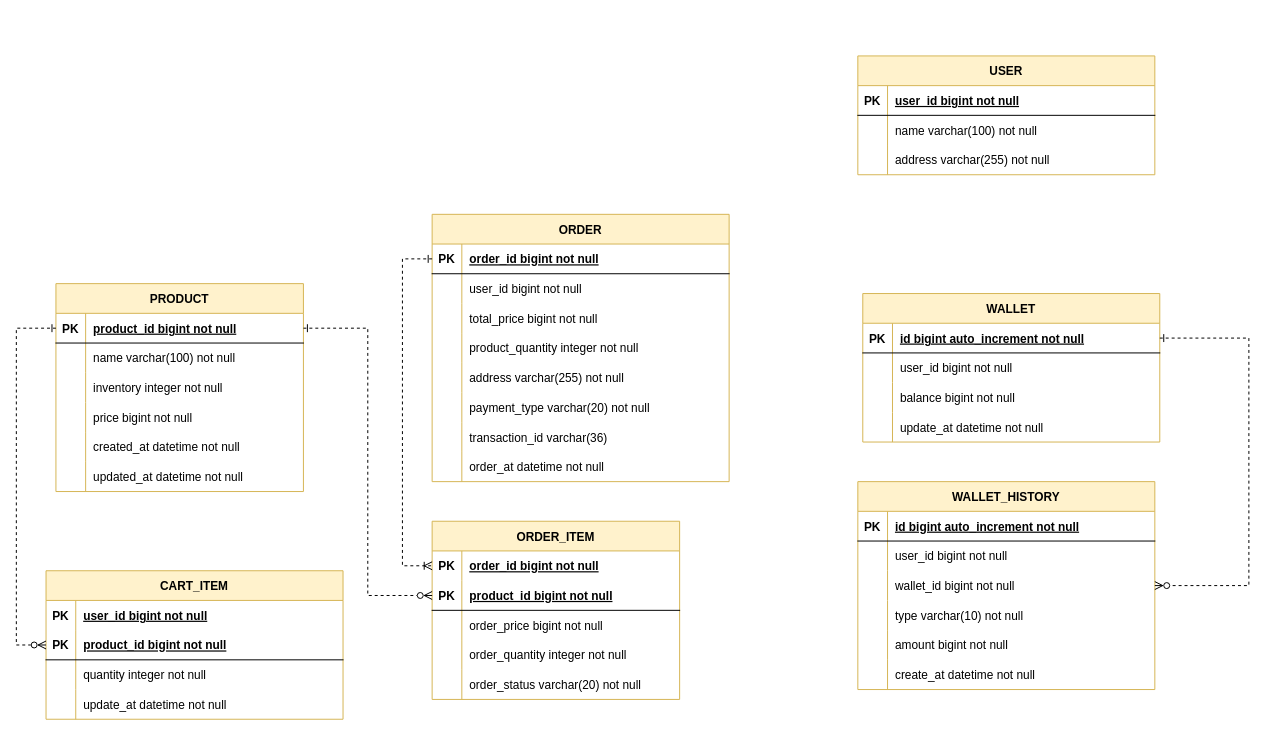
The draw.io diagram ecommerce.drawio in keepbang/hanghae-ecommerce, before the edit. Source tidied: cells renumbered, new cells numbered last; positions are measured from the earlier drawing's top-left corner, leaving out a move shared by most shapes. Both pictures are drawn from the tidied source at 99%, with x=0, y=0 at pixel (16, 55).
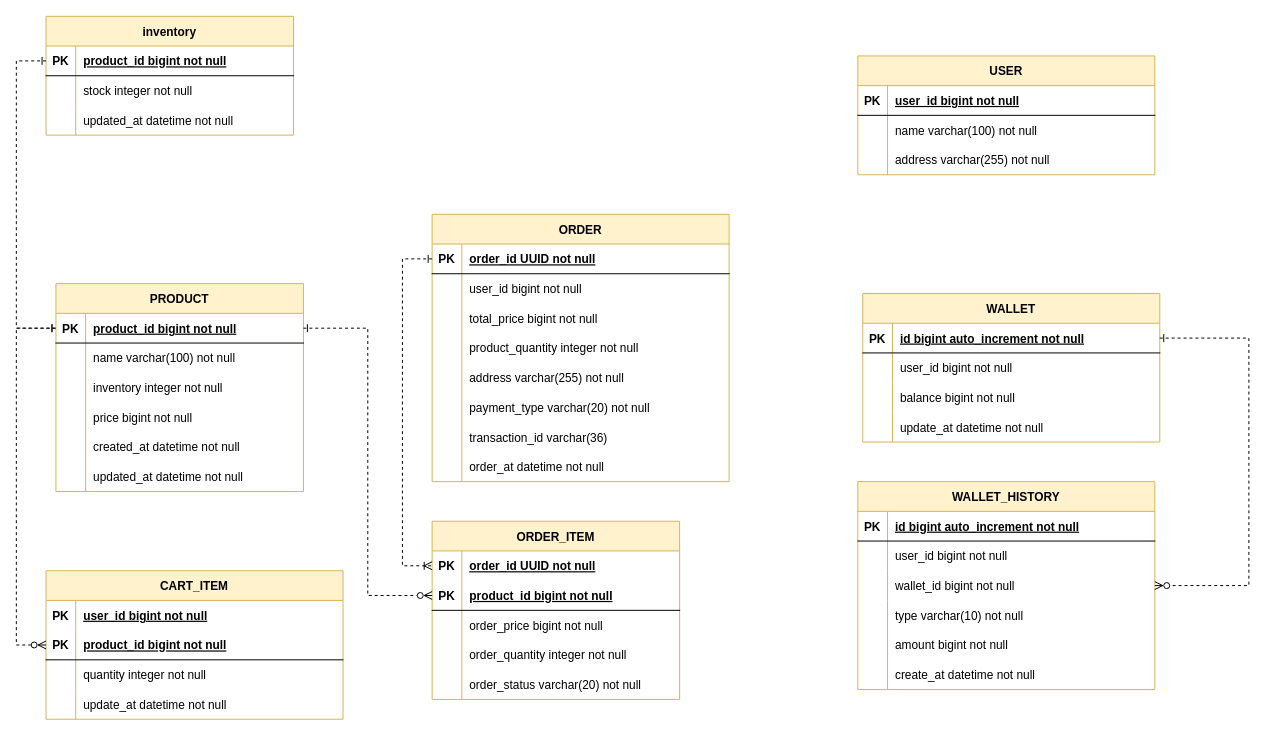
The same diagram, later.

Unchanged cells that the change refers to:
```xml
<mxCell id="3" style="shape=partialRectangle;fillColor=none;points=[[0,0.5],[1,0.5]];portConstraint=eastwest;top=0;left=0;right=0;bottom=1;" parent="2" vertex="1">
  <mxGeometry y="30" width="250" height="30" as="geometry" />
</mxCell>
<mxCell id="22" style="shape=partialRectangle;fillColor=none;points=[[0,0.5],[1,0.5]];portConstraint=eastwest;top=0;left=0;right=0;bottom=1;" parent="21" vertex="1">
  <mxGeometry y="30" width="300" height="30" as="geometry" />
</mxCell>
<mxCell id="47" style="shape=tableRow;horizontal=0;startSize=0;swimlaneHead=0;swimlaneBody=0;fillColor=none;points=[[0,0.5],[1,0.5]];portConstraint=eastwest;top=0;left=0;right=0;bottom=0;" parent="46" vertex="1">
  <mxGeometry y="30" width="250" height="30" as="geometry" />
</mxCell>
```

What changed in the source:
```diff
@@
-    <mxCell id="24" value="order_id bigint not null" style="shape=partialRectangle;overflow=hidden;fillColor=none;top=0;left=0;bottom=0;right=0;align=left;spacingLeft=6;fontStyle=5;" parent="22" vertex="1">
+    <mxCell id="24" value="order_id UUID not null" style="shape=partialRectangle;overflow=hidden;fillColor=none;top=0;left=0;bottom=0;right=0;align=left;spacingLeft=6;fontStyle=5;" parent="22" vertex="1">
       <mxGeometry x="30" width="270" height="30" as="geometry" />
     </mxCell>
@@
-    <mxCell id="49" value="order_id bigint not null" style="shape=partialRectangle;fillColor=none;top=0;left=0;bottom=0;right=0;align=left;spacingLeft=6;overflow=hidden;fontStyle=5;" parent="47" vertex="1">
+    <mxCell id="49" value="order_id UUID not null" style="shape=partialRectangle;fillColor=none;top=0;left=0;bottom=0;right=0;align=left;spacingLeft=6;overflow=hidden;fontStyle=5;" parent="47" vertex="1">
       <mxGeometry x="30" width="220" height="30" as="geometry" />
     </mxCell>
@@
+    <mxCell id="121" value="inventory" style="shape=table;startSize=30;childLayout=tableLayout;rowLines=0;fontStyle=1;align=center;fillColor=#fff2cc;strokeColor=#d6b656;" parent="1" vertex="1">
+      <mxGeometry x="30" y="-40" width="250" height="120" as="geometry" />
+    </mxCell>
+    <mxCell id="122" style="shape=partialRectangle;fillColor=none;points=[[0,0.5],[1,0.5]];portConstraint=eastwest;top=0;left=0;right=0;bottom=1;" parent="121" vertex="1">
+      <mxGeometry y="30" width="250" height="30" as="geometry" />
+    </mxCell>
+    <mxCell id="123" value="PK" style="shape=partialRectangle;overflow=hidden;fillColor=none;top=0;left=0;bottom=0;right=0;fontStyle=1;" parent="122" vertex="1">
+      <mxGeometry width="30" height="30" as="geometry" />
+    </mxCell>
+    <mxCell id="124" value="product_id bigint not null" style="shape=partialRectangle;overflow=hidden;fillColor=none;top=0;left=0;bottom=0;right=0;align=left;spacingLeft=6;fontStyle=5;" parent="122" vertex="1">
+      <mxGeometry x="30" width="220" height="30" as="geometry" />
+    </mxCell>
+    <mxCell id="125" style="shape=tableRow;horizontal=0;startSize=0;swimlaneHead=0;swimlaneBody=0;fillColor=none;top=0;left=0;right=0;bottom=0;" parent="121" vertex="1">
+      <mxGeometry y="60" width="250" height="30" as="geometry" />
+    </mxCell>
+    <mxCell id="126" style="shape=partialRectangle;fillColor=none;top=0;left=0;bottom=0;right=0;overflow=hidden;" parent="125" vertex="1">
+      <mxGeometry width="30" height="30" as="geometry" />
+    </mxCell>
+    <mxCell id="127" value="stock integer not null" style="shape=partialRectangle;fillColor=none;top=0;left=0;bottom=0;right=0;align=left;spacingLeft=6;overflow=hidden;" parent="125" vertex="1">
+      <mxGeometry x="30" width="220" height="30" as="geometry" />
+    </mxCell>
+    <mxCell id="128" style="shape=tableRow;horizontal=0;startSize=0;swimlaneHead=0;swimlaneBody=0;fillColor=none;top=0;left=0;right=0;bottom=0;" parent="121" vertex="1">
+      <mxGeometry y="90" width="250" height="30" as="geometry" />
+    </mxCell>
+    <mxCell id="129" style="shape=partialRectangle;fillColor=none;top=0;left=0;bottom=0;right=0;overflow=hidden;" parent="128" vertex="1">
+      <mxGeometry width="30" height="30" as="geometry" />
+    </mxCell>
+    <mxCell id="130" value="updated_at datetime not null" style="shape=partialRectangle;fillColor=none;top=0;left=0;bottom=0;right=0;align=left;spacingLeft=6;overflow=hidden;" parent="128" vertex="1">
+      <mxGeometry x="30" width="220" height="30" as="geometry" />
+    </mxCell>
+    <mxCell id="131" style="edgeStyle=orthogonalEdgeStyle;rounded=0;jettySize=auto;html=1;dashed=1;endArrow=ERone;endFill=0;startArrow=ERone;startFill=0;" parent="1" edge="1" source="122" target="3">
+      <mxGeometry relative="1" as="geometry">
+        <Array as="points">
+          <mxPoint y="5" />
+          <mxPoint y="275" />
+        </Array>
+      </mxGeometry>
+    </mxCell>
```
